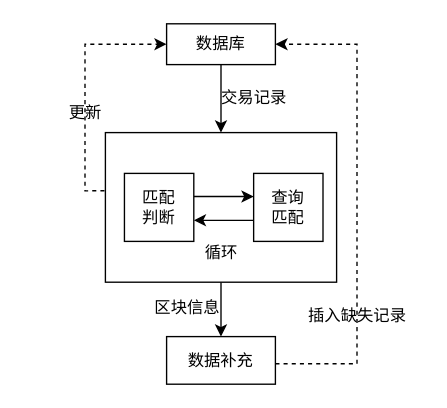
The draw.io diagram page "交易匹配模块示意图" (3 of 4) of 模块.drawio in newTechToX/cross_chain, before the edit. Source tidied: cells renumbered, new cells numbered last; positions are measured from the earlier drawing's top-left corner, leaving out a move shared by most shapes. Both pictures are drawn from the tidied source at 136%, with x=0, y=0 at pixel (50, 23).
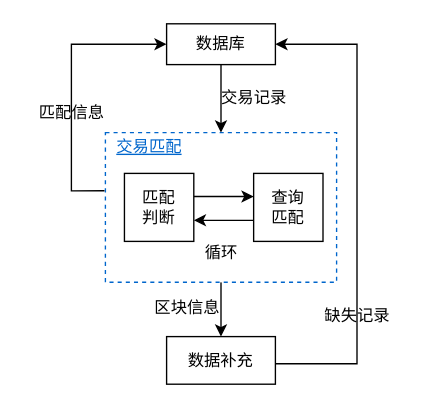
After the change.

Unchanged cells that the change refers to:
```xml
<mxCell id="5" value="数据库" style="rounded=0;whiteSpace=wrap;html=1;" parent="1" vertex="1">
  <mxGeometry x="85" width="80" height="30" as="geometry" />
</mxCell>
<mxCell id="10" value="数据补充" style="whiteSpace=wrap;html=1;rounded=0;" parent="1" vertex="1">
  <mxGeometry x="85" y="230" width="80" height="35" as="geometry" />
</mxCell>
```

What changed in the source:
```diff
@@
-    <mxCell id="3" style="rounded=0;whiteSpace=wrap;html=1;" parent="1" vertex="1">
+    <mxCell id="3" style="rounded=0;whiteSpace=wrap;html=1;dashed=1;strokeColor=#0066CC;" parent="1" vertex="1">
       <mxGeometry x="40" y="80" width="170" height="110" as="geometry" />
     </mxCell>
@@
-    <mxCell id="6" style="edgeStyle=orthogonalEdgeStyle;rounded=0;jettySize=auto;html=1;entryX=0;entryY=0.5;entryDx=0;entryDy=0;dashed=1;exitX=-0.004;exitY=0.389;exitDx=0;exitDy=0;exitPerimeter=0;" parent="1" edge="1" source="3" target="5">
+    <mxCell id="6" style="edgeStyle=orthogonalEdgeStyle;rounded=0;jettySize=auto;html=1;entryX=0;entryY=0.5;entryDx=0;entryDy=0;exitX=-0.004;exitY=0.389;exitDx=0;exitDy=0;exitPerimeter=0;" parent="1" edge="1" source="3" target="5">
       <mxGeometry relative="1" as="geometry">
         <Array as="points">
-          <mxPoint x="25" y="123" />
-          <mxPoint x="25" y="15" />
+          <mxPoint x="15" y="123" />
+          <mxPoint x="15" y="15" />
         </Array>
       </mxGeometry>
     </mxCell>
@@
-    <mxCell id="9" style="edgeStyle=orthogonalEdgeStyle;rounded=0;jettySize=auto;html=1;entryX=1;entryY=0.5;entryDx=0;entryDy=0;dashed=1;" parent="1" edge="1" source="10" target="5">
+    <mxCell id="9" style="edgeStyle=orthogonalEdgeStyle;rounded=0;jettySize=auto;html=1;entryX=1;entryY=0.5;entryDx=0;entryDy=0;" parent="1" edge="1" source="10" target="5">
       <mxGeometry relative="1" as="geometry">
         <Array as="points">
           <mxPoint x="225" y="250" />
           <mxPoint x="225" y="15" />
         </Array>
       </mxGeometry>
     </mxCell>
@@
-    <mxCell id="13" value="更新" style="text;html=1;align=center;verticalAlign=middle;strokeColor=none;fillColor=none;" parent="1" vertex="1">
-      <mxGeometry y="51" width="50" height="30" as="geometry" />
+    <mxCell id="13" value="匹配信息" style="text;html=1;align=center;verticalAlign=middle;strokeColor=none;fillColor=none;" parent="1" vertex="1">
+      <mxGeometry x="-20" y="51" width="70" height="30" as="geometry" />
     </mxCell>
-    <mxCell id="14" value="插入缺失记录" style="text;html=1;align=center;verticalAlign=middle;strokeColor=none;fillColor=none;" parent="1" vertex="1">
-      <mxGeometry x="175" y="200" width="100" height="30" as="geometry" />
+    <mxCell id="14" value="缺失记录" style="text;html=1;align=center;verticalAlign=middle;strokeColor=none;fillColor=none;" parent="1" vertex="1">
+      <mxGeometry x="190" y="200" width="70" height="30" as="geometry" />
     </mxCell>
@@
+    <mxCell id="18" value="&lt;u&gt;交易匹配&lt;br&gt;&lt;/u&gt;" style="text;html=1;align=center;verticalAlign=middle;strokeColor=none;fillColor=none;fontColor=#0066CC;" parent="1" vertex="1">
+      <mxGeometry x="37" y="76" width="70" height="30" as="geometry" />
+    </mxCell>
```
